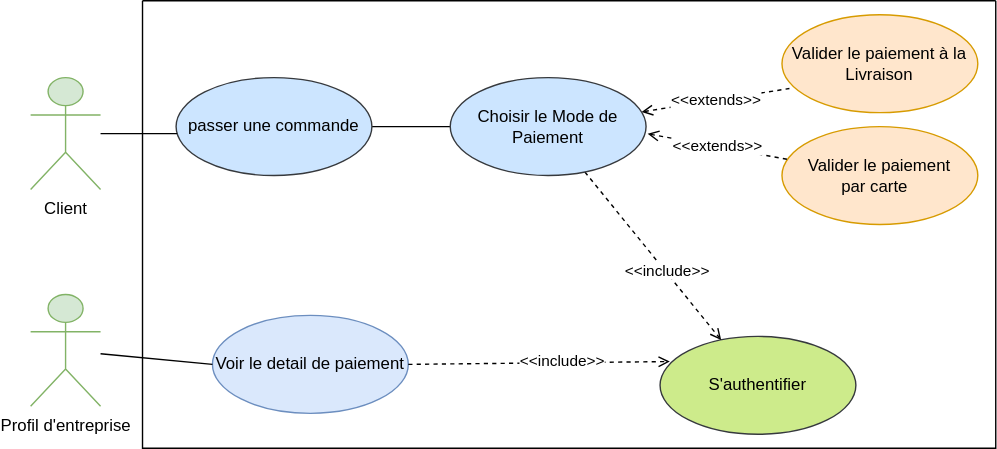
This is useCase_payment.drawio.svg from amine-elarass49/angular_doc, a draw.io export, as it was before one commit. Source tidied: cells renumbered, new cells last; positions are measured from the earlier drawing's top-left corner, leaving out a move shared by most shapes.
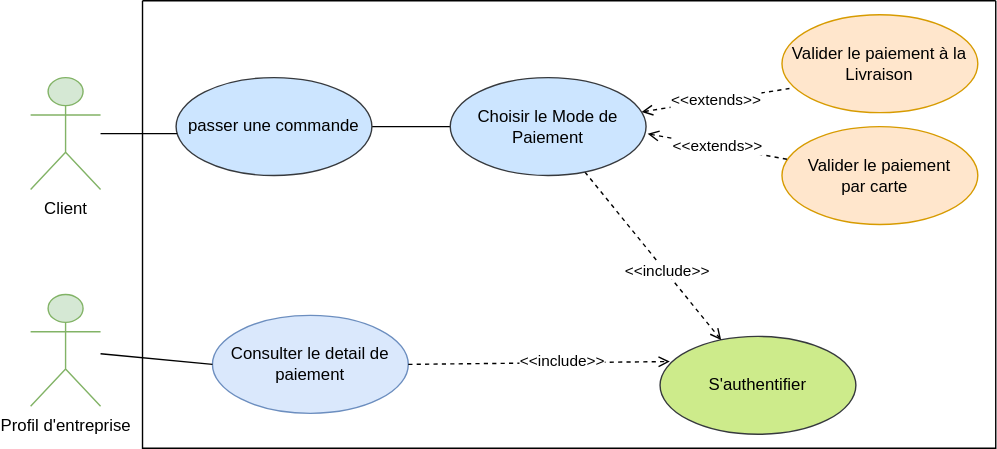
After the change.

Change to the diagram source:
```diff
@@ -46,7 +46,7 @@
     <mxCell id="14" value="Client" style="shape=umlActor;verticalLabelPosition=bottom;verticalAlign=top;html=1;outlineConnect=0;fillColor=#d5e8d4;strokeColor=#82b366;" parent="2" vertex="1">
       <mxGeometry x="-80" y="55" width="50" height="80" as="geometry" />
     </mxCell>
-    <mxCell id="15" value="Voir le detail de paiement" style="ellipse;whiteSpace=wrap;html=1;fillColor=#dae8fc;strokeColor=#6c8ebf;" parent="2" vertex="1">
+    <mxCell id="15" value="Consulter le detail de paiement" style="ellipse;whiteSpace=wrap;html=1;fillColor=#dae8fc;strokeColor=#6c8ebf;" parent="2" vertex="1">
       <mxGeometry x="50" y="225" width="140" height="70" as="geometry" />
     </mxCell>
     <mxCell id="16" style="rounded=0;jettySize=auto;html=1;dashed=1;exitX=1;exitY=0.5;exitDx=0;exitDy=0;endArrow=open;endFill=0;entryX=0.05;entryY=0.257;entryDx=0;entryDy=0;entryPerimeter=0;" parent="2" edge="1" source="15" target="3">
```
